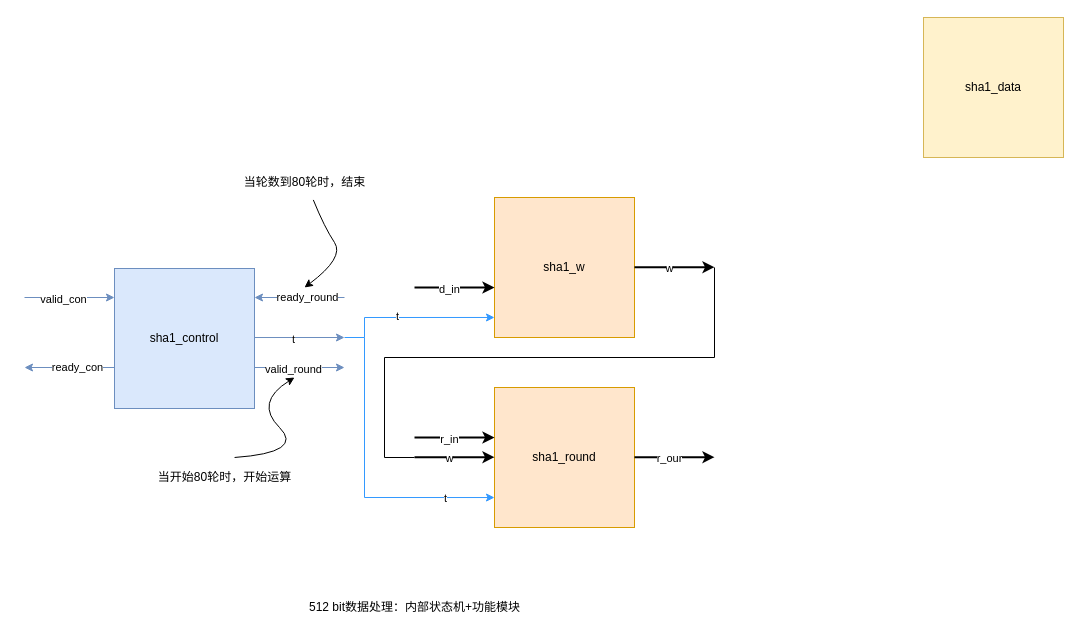
The draw.io diagram SHA1.drawio in ZPNMiaoHeng/drawioFolder, before the edit. Source tidied: cells renumbered, new cells numbered last; positions are measured from the earlier drawing's top-left corner, leaving out a move shared by most shapes. Both pictures are drawn from the tidied source at 100%, with x=0, y=0 at pixel (24, 17).
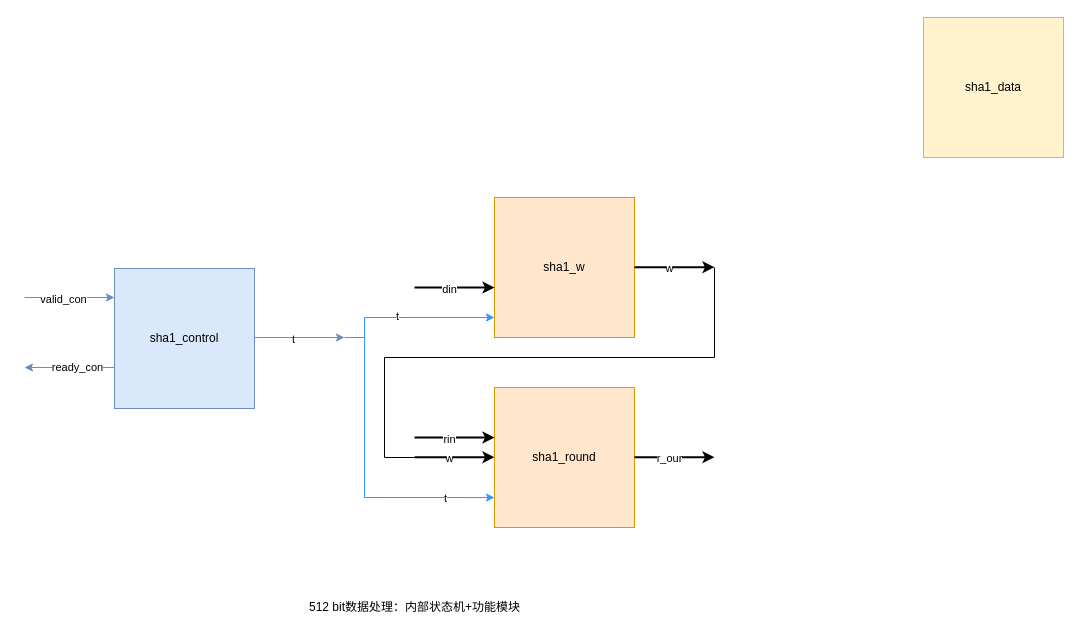
Above is the later version.

The change refers to these unchanged cells:
```xml
<mxCell id="3" style="endArrow=classic;html=1;rounded=0;strokeWidth=2;" parent="1" edge="1">
  <mxGeometry relative="1" as="geometry">
    <mxPoint x="390" y="270" as="sourcePoint" />
    <mxPoint x="470" y="270" as="targetPoint" />
  </mxGeometry>
</mxCell>
<mxCell id="10" style="endArrow=classic;html=1;rounded=0;strokeWidth=2;" parent="1" edge="1">
  <mxGeometry relative="1" as="geometry">
    <mxPoint x="390" y="420" as="sourcePoint" />
    <mxPoint x="470" y="420" as="targetPoint" />
  </mxGeometry>
</mxCell>
```

Change to the diagram source:
```diff
@@
-    <mxCell id="4" value="d_in" style="edgeLabel;html=1;align=center;verticalAlign=middle;" parent="3" vertex="1">
+    <mxCell id="4" value="din" style="edgeLabel;html=1;align=center;verticalAlign=middle;" parent="3" vertex="1">
       <mxGeometry x="-0.15" y="-1" relative="1" as="geometry" />
     </mxCell>
@@
-    <mxCell id="11" value="r_in" style="edgeLabel;html=1;align=center;verticalAlign=middle;" parent="10" vertex="1">
+    <mxCell id="11" value="rin" style="edgeLabel;html=1;align=center;verticalAlign=middle;" parent="10" vertex="1">
       <mxGeometry x="-0.15" y="-1" relative="1" as="geometry" />
     </mxCell>
@@
-    <mxCell id="28" style="endArrow=classic;html=1;rounded=0;strokeWidth=1;fillColor=#dae8fc;strokeColor=#6c8ebf;" parent="1" edge="1">
-      <mxGeometry relative="1" as="geometry">
-        <mxPoint x="230" y="350" as="sourcePoint" />
-        <mxPoint x="320" y="350" as="targetPoint" />
-      </mxGeometry>
-    </mxCell>
-    <mxCell id="29" value="valid_round&lt;br&gt;" style="edgeLabel;html=1;align=center;verticalAlign=middle;" parent="28" vertex="1">
-      <mxGeometry x="-0.15" y="-1" relative="1" as="geometry" />
-    </mxCell>
-    <mxCell id="30" value="当开始80轮时，开始运算&lt;br&gt;" style="text;html=1;align=center;verticalAlign=middle;points=[];strokeColor=none;fillColor=none;" parent="1" vertex="1">
-      <mxGeometry x="120" y="445" width="160" height="30" as="geometry" />
-    </mxCell>
-    <mxCell id="31" style="curved=1;endArrow=classic;html=1;rounded=0;strokeWidth=1;exitX=0.563;exitY=-0.167;exitDx=0;exitDy=0;exitPerimeter=0;" parent="1" edge="1" source="30">
-      <mxGeometry relative="1" as="geometry">
-        <mxPoint x="270" y="360" as="targetPoint" />
-        <Array as="points">
-          <mxPoint x="280" y="435" />
-          <mxPoint x="230" y="385" />
-        </Array>
-      </mxGeometry>
-    </mxCell>
-    <mxCell id="32" style="endArrow=classic;html=1;rounded=0;strokeWidth=1;fillColor=#dae8fc;strokeColor=#6c8ebf;exitX=1;exitY=0.707;exitDx=0;exitDy=0;exitPerimeter=0;" parent="1" edge="1">
-      <mxGeometry relative="1" as="geometry">
-        <mxPoint x="320" y="280" as="sourcePoint" />
-        <mxPoint x="230" y="280" as="targetPoint" />
-      </mxGeometry>
-    </mxCell>
-    <mxCell id="33" value="ready_round" style="edgeLabel;html=1;align=center;verticalAlign=middle;" parent="32" vertex="1">
-      <mxGeometry x="-0.15" y="-1" relative="1" as="geometry" />
-    </mxCell>
-    <mxCell id="34" value="当轮数到80轮时，结束" style="text;html=1;align=center;verticalAlign=middle;points=[];strokeColor=none;fillColor=none;" parent="1" vertex="1">
-      <mxGeometry x="210" y="150" width="140" height="30" as="geometry" />
-    </mxCell>
-    <mxCell id="35" style="curved=1;endArrow=classic;html=1;rounded=0;strokeWidth=1;exitX=0.563;exitY=1.081;exitDx=0;exitDy=0;exitPerimeter=0;" parent="1" edge="1" source="34">
-      <mxGeometry relative="1" as="geometry">
-        <mxPoint x="280" y="270" as="targetPoint" />
-        <Array as="points">
-          <mxPoint x="300" y="210" />
-          <mxPoint x="320" y="240" />
-        </Array>
-      </mxGeometry>
-    </mxCell>
```
